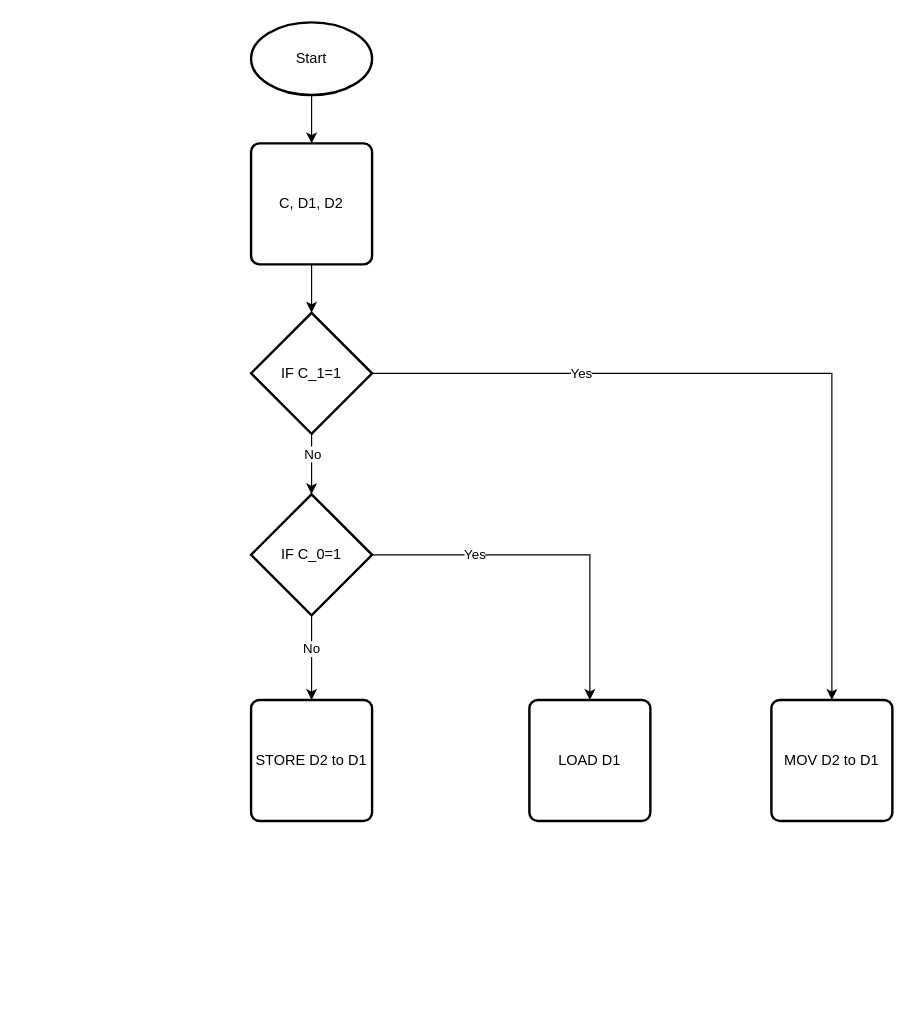
Above: page "Main" (1 of 4) of Register.drawio in yuj09161/computer (draw.io), before the change. Source tidied: cells renumbered, new cells numbered last; positions are measured from the earlier drawing's top-left corner, leaving out a move shared by most shapes. Both pictures are drawn from the tidied source at 121%, with x=0, y=0 at pixel (250, 22).
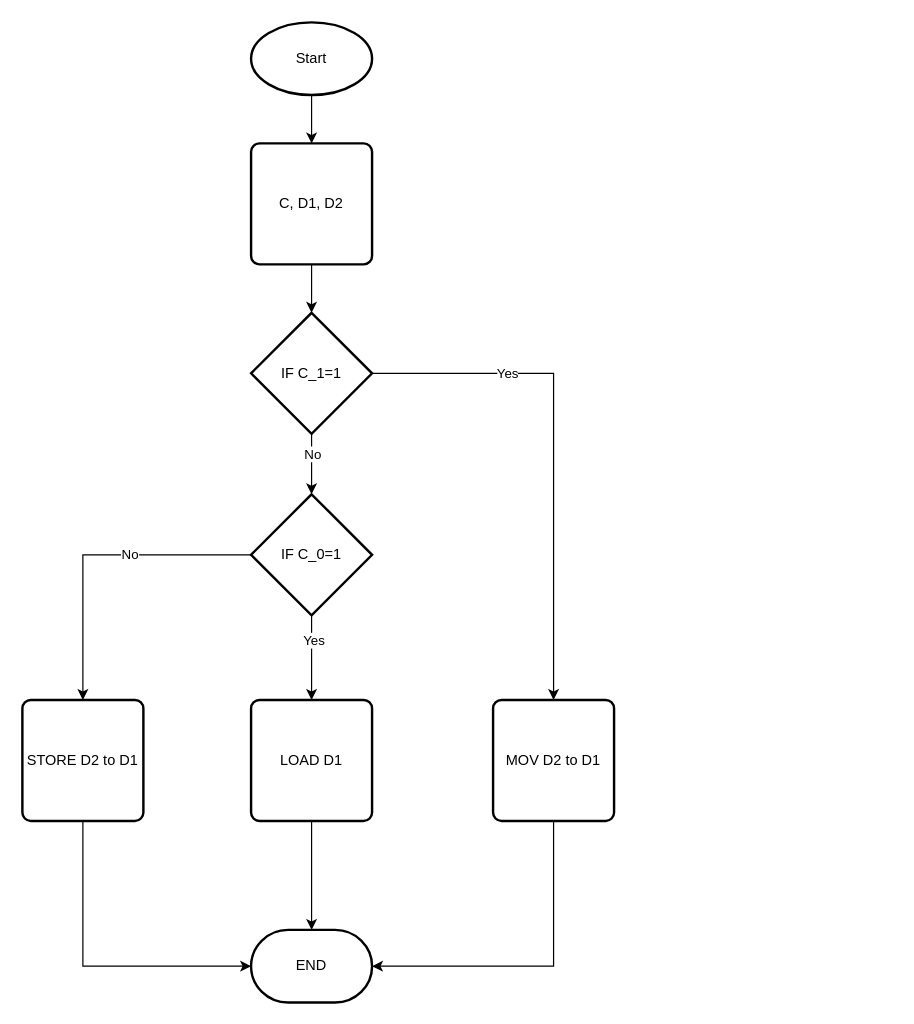
The same diagram, later.

The edit, as a diff of the source:
```diff
@@
+    <mxCell id="19" style="edgeStyle=orthogonalEdgeStyle;rounded=0;jettySize=auto;html=1;entryX=1;entryY=0.5;entryDx=0;entryDy=0;entryPerimeter=0;exitX=0.5;exitY=1;exitDx=0;exitDy=0;" parent="1" edge="1" source="16" target="22">
+      <mxGeometry relative="1" as="geometry" />
+    </mxCell>
     <mxCell id="16" value="MOV D2 to D1" style="rounded=1;whiteSpace=wrap;html=1;absoluteArcSize=1;arcSize=14;strokeWidth=2;" parent="1" vertex="1">
-      <mxGeometry x="430" y="560" width="100" height="100" as="geometry" />
+      <mxGeometry x="200" y="560" width="100" height="100" as="geometry" />
     </mxCell>
+    <mxCell id="20" style="edgeStyle=orthogonalEdgeStyle;rounded=0;jettySize=auto;html=1;" parent="1" edge="1" source="17" target="22">
+      <mxGeometry relative="1" as="geometry" />
+    </mxCell>
     <mxCell id="17" value="LOAD D1" style="rounded=1;whiteSpace=wrap;html=1;absoluteArcSize=1;arcSize=14;strokeWidth=2;" parent="1" vertex="1">
-      <mxGeometry x="230" y="560" width="100" height="100" as="geometry" />
+      <mxGeometry y="560" width="100" height="100" as="geometry" />
     </mxCell>
+    <mxCell id="21" style="edgeStyle=orthogonalEdgeStyle;rounded=0;jettySize=auto;html=1;entryX=0;entryY=0.5;entryDx=0;entryDy=0;entryPerimeter=0;exitX=0.5;exitY=1;exitDx=0;exitDy=0;" parent="1" edge="1" source="18" target="22">
+      <mxGeometry relative="1" as="geometry" />
+    </mxCell>
     <mxCell id="18" value="STORE D2 to D1" style="rounded=1;whiteSpace=wrap;html=1;absoluteArcSize=1;arcSize=14;strokeWidth=2;" parent="1" vertex="1">
-      <mxGeometry y="560" width="100" height="100" as="geometry" />
+      <mxGeometry x="-189" y="560" width="100" height="100" as="geometry" />
     </mxCell>
+    <mxCell id="22" value="END" style="strokeWidth=2;html=1;shape=mxgraph.flowchart.terminator;whiteSpace=wrap;" parent="1" vertex="1">
+      <mxGeometry y="750" width="100" height="60" as="geometry" />
+    </mxCell>
```
